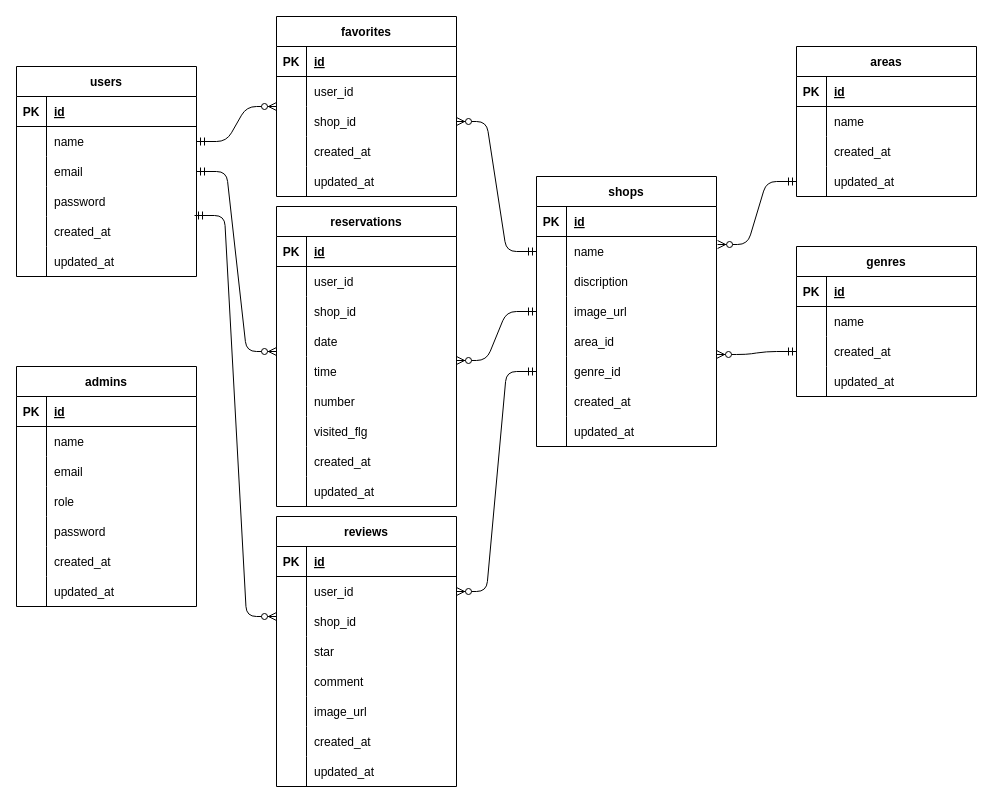
mizuki44/rese_system keeps this draw.io diagram as er.dio. Above is the earlier version. Source tidied: cells renumbered, new cells numbered last; positions are measured from the earlier drawing's top-left corner, leaving out a move shared by most shapes. Both pictures are drawn from the tidied source at 100%, with x=0, y=0 at pixel (16, 16).
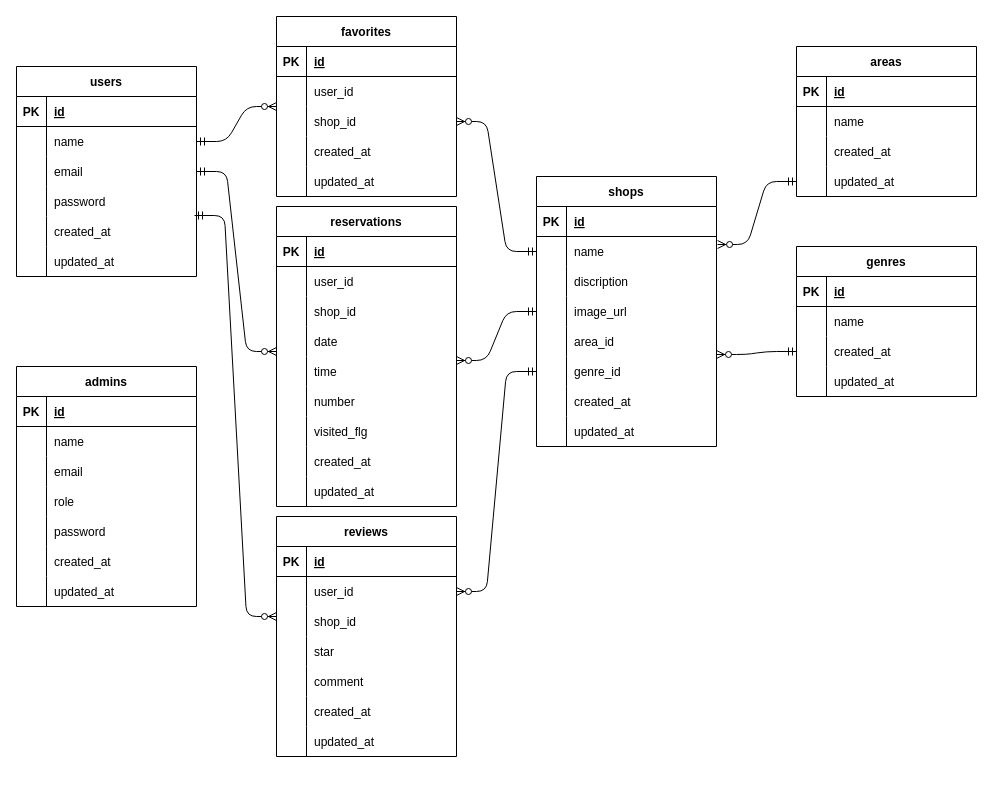
The same diagram, later.

What changed in the source:
```diff
@@
     <mxCell id="88" value="reviews" style="shape=table;startSize=30;childLayout=tableLayout;rowLines=0;fontStyle=1;align=center;" parent="1" vertex="1">
-      <mxGeometry x="260" y="500" width="180" height="270" as="geometry" />
+      <mxGeometry x="260" y="500" width="180" height="240" as="geometry" />
     </mxCell>
@@
-    <mxCell id="104" style="shape=tableRow;horizontal=0;startSize=0;swimlaneHead=0;swimlaneBody=0;fillColor=none;top=0;left=0;right=0;bottom=0;" parent="88" vertex="1">
-      <mxGeometry y="180" width="180" height="30" as="geometry" />
-    </mxCell>
-    <mxCell id="105" style="shape=partialRectangle;fillColor=none;top=0;left=0;bottom=0;right=0;overflow=hidden;" parent="104" vertex="1">
-      <mxGeometry width="30" height="30" as="geometry" />
-    </mxCell>
-    <mxCell id="106" value="image_url" style="shape=partialRectangle;fillColor=none;top=0;left=0;bottom=0;right=0;align=left;spacingLeft=6;overflow=hidden;" parent="104" vertex="1">
-      <mxGeometry x="30" width="150" height="30" as="geometry" />
-    </mxCell>
     <mxCell id="107" style="shape=tableRow;horizontal=0;startSize=0;swimlaneHead=0;swimlaneBody=0;fillColor=none;top=0;left=0;right=0;bottom=0;" parent="88" vertex="1">
-      <mxGeometry y="210" width="180" height="30" as="geometry" />
+      <mxGeometry y="180" width="180" height="30" as="geometry" />
     </mxCell>
@@
     <mxCell id="110" style="shape=tableRow;horizontal=0;startSize=0;swimlaneHead=0;swimlaneBody=0;fillColor=none;top=0;left=0;right=0;bottom=0;" parent="88" vertex="1">
-      <mxGeometry y="240" width="180" height="30" as="geometry" />
+      <mxGeometry y="210" width="180" height="30" as="geometry" />
     </mxCell>
```
